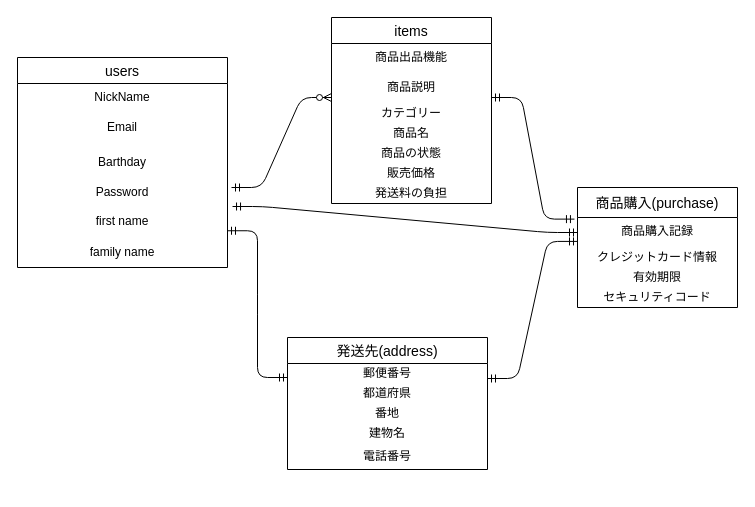
Before: furima.dio in kenta-sato29/furima-30446, a draw.io diagram. Source tidied: cells renumbered, new cells numbered last; positions are measured from the earlier drawing's top-left corner, leaving out a move shared by most shapes. Both pictures are drawn from the tidied source at 100%, with x=0, y=0 at pixel (17, 17).
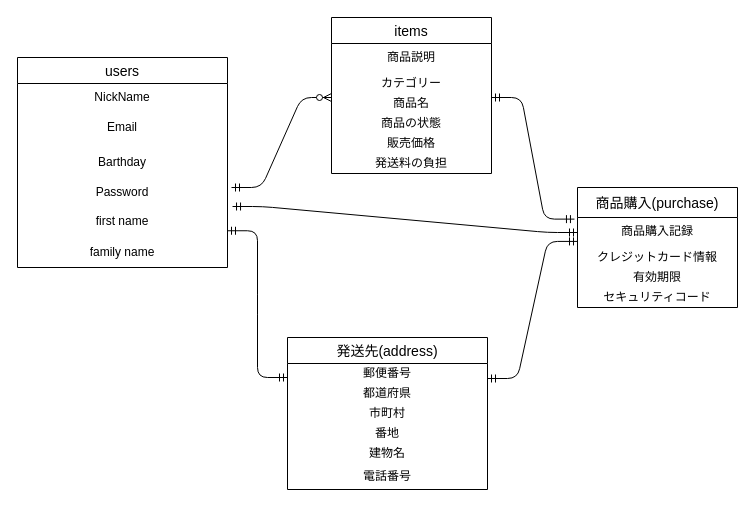
Above is the later version.

The edit, as a diff of the source:
```diff
@@
     <mxCell id="9" value="items" style="swimlane;fontStyle=0;horizontal=1;startSize=26;align=center;fontSize=14;" parent="1" vertex="1">
-      <mxGeometry x="314" width="160" height="186" as="geometry" />
+      <mxGeometry x="314" width="160" height="156" as="geometry" />
     </mxCell>
-    <mxCell id="10" value="商品出品機能" style="text;strokeColor=none;fillColor=none;spacingLeft=4;spacingRight=4;overflow=hidden;fontSize=12;align=center;" parent="9" vertex="1">
-      <mxGeometry y="26" width="160" height="30" as="geometry" />
-    </mxCell>
     <mxCell id="11" value="商品説明" style="text;strokeColor=none;fillColor=none;spacingLeft=4;spacingRight=4;overflow=hidden;fontSize=12;align=center;" parent="9" vertex="1">
-      <mxGeometry y="56" width="160" height="30" as="geometry" />
+      <mxGeometry y="26" width="160" height="30" as="geometry" />
     </mxCell>
     <mxCell id="12" value="カテゴリー&lt;br&gt;" style="text;html=1;strokeColor=none;fillColor=none;align=center;verticalAlign=middle;whiteSpace=wrap;overflow=hidden;" parent="9" vertex="1">
-      <mxGeometry y="86" width="160" height="20" as="geometry" />
+      <mxGeometry y="56" width="160" height="20" as="geometry" />
     </mxCell>
     <mxCell id="13" value="商品名" style="text;html=1;strokeColor=none;fillColor=none;align=center;verticalAlign=middle;whiteSpace=wrap;overflow=hidden;" parent="9" vertex="1">
-      <mxGeometry y="106" width="160" height="20" as="geometry" />
+      <mxGeometry y="76" width="160" height="20" as="geometry" />
     </mxCell>
     <mxCell id="14" value="商品の状態" style="text;html=1;strokeColor=none;fillColor=none;align=center;verticalAlign=middle;whiteSpace=wrap;overflow=hidden;" parent="9" vertex="1">
-      <mxGeometry y="126" width="160" height="20" as="geometry" />
+      <mxGeometry y="96" width="160" height="20" as="geometry" />
     </mxCell>
     <mxCell id="15" value="販売価格" style="text;html=1;strokeColor=none;fillColor=none;align=center;verticalAlign=middle;whiteSpace=wrap;overflow=hidden;" parent="9" vertex="1">
-      <mxGeometry y="146" width="160" height="20" as="geometry" />
+      <mxGeometry y="116" width="160" height="20" as="geometry" />
     </mxCell>
     <mxCell id="16" value="発送料の負担" style="text;html=1;strokeColor=none;fillColor=none;align=center;verticalAlign=middle;whiteSpace=wrap;overflow=hidden;" parent="9" vertex="1">
-      <mxGeometry y="166" width="160" height="20" as="geometry" />
+      <mxGeometry y="136" width="160" height="20" as="geometry" />
     </mxCell>
@@
     <mxCell id="19" value="発送先(address)" style="swimlane;fontStyle=0;horizontal=1;startSize=26;align=center;fontSize=14;" parent="1" vertex="1">
-      <mxGeometry x="270" y="320" width="200" height="132" as="geometry" />
+      <mxGeometry x="270" y="320" width="200" height="152" as="geometry" />
     </mxCell>
@@
+    <mxCell id="33" value="市町村" style="text;html=1;strokeColor=none;fillColor=none;align=center;verticalAlign=middle;whiteSpace=wrap;overflow=hidden;" parent="19" vertex="1">
+      <mxGeometry y="66" width="200" height="20" as="geometry" />
+    </mxCell>
     <mxCell id="22" value="番地" style="text;html=1;strokeColor=none;fillColor=none;align=center;verticalAlign=middle;whiteSpace=wrap;overflow=hidden;" parent="19" vertex="1">
-      <mxGeometry y="66" width="200" height="20" as="geometry" />
+      <mxGeometry y="86" width="200" height="20" as="geometry" />
     </mxCell>
     <mxCell id="23" value="建物名" style="text;html=1;strokeColor=none;fillColor=none;align=center;verticalAlign=middle;whiteSpace=wrap;overflow=hidden;" parent="19" vertex="1">
-      <mxGeometry y="86" width="200" height="20" as="geometry" />
+      <mxGeometry y="106" width="200" height="20" as="geometry" />
     </mxCell>
     <mxCell id="24" value="電話番号" style="text;html=1;strokeColor=none;fillColor=none;align=center;verticalAlign=middle;whiteSpace=wrap;overflow=hidden;" parent="19" vertex="1">
-      <mxGeometry y="106" width="200" height="26" as="geometry" />
+      <mxGeometry y="126" width="200" height="26" as="geometry" />
     </mxCell>
```
